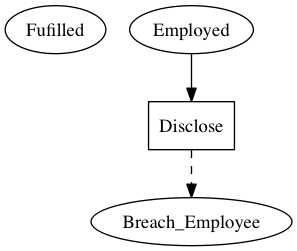
Before: linear_state_machine_language/pyL4/examples/out_graphviz/toy_and_teaching/hvitved_modeling_prohibition_trivial_nda.png, a diagram exported from Graphviz (Marcao02/complaw-deeptech). Its source is kept beside it as linear_state_machine_language/pyL4/examples/out_graphviz/toy_and_teaching/hvitved_modeling_prohibition_trivial_nda.dot. Source of this version:
```dot

digraph Hvitved_prohibitions_NDA {
    Fulfilled[label=Fufilled];
    Employed[label=Employed]


    Disclose[label=Disclose,shape=box]



    Employed -> Disclose

    Disclose -> Breach_Employee [style=dashed];



}
```
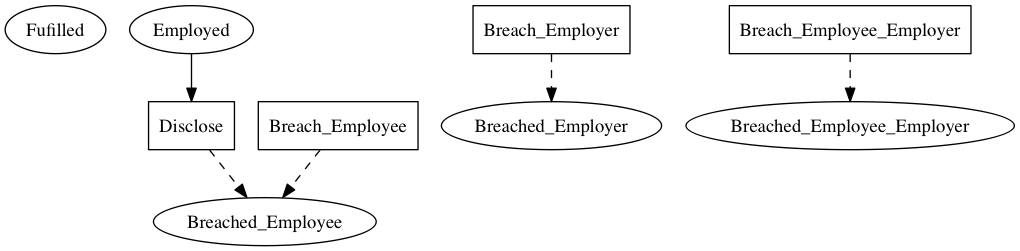
The same file after the commit.

Change to the diagram source:
```diff
@@ -1,16 +1,25 @@
 
 digraph Hvitved_prohibitions_NDA {
     Fulfilled[label=Fufilled];
-    Employed[label=Employed]
+    Employed[label=Employed];
+	Breached_Employer[label=Breached_Employer];
+	Breached_Employee[label=Breached_Employee];
+	Breached_Employee_Employer[label=Breached_Employee_Employer]
 
 
-    Disclose[label=Disclose,shape=box]
+    Disclose[label=Disclose,shape=box];
+	Breach_Employer[label=Breach_Employer,shape=box];
+	Breach_Employee[label=Breach_Employee,shape=box];
+	Breach_Employee_Employer[label=Breach_Employee_Employer,shape=box]
 
 
 
     Employed -> Disclose
 
-    Disclose -> Breach_Employee [style=dashed];
+    Disclose -> Breached_Employee [style=dashed];
+	Breach_Employer -> Breached_Employer [style=dashed];
+	Breach_Employee -> Breached_Employee [style=dashed];
+	Breach_Employee_Employer -> Breached_Employee_Employer [style=dashed];
 
 
 
```
